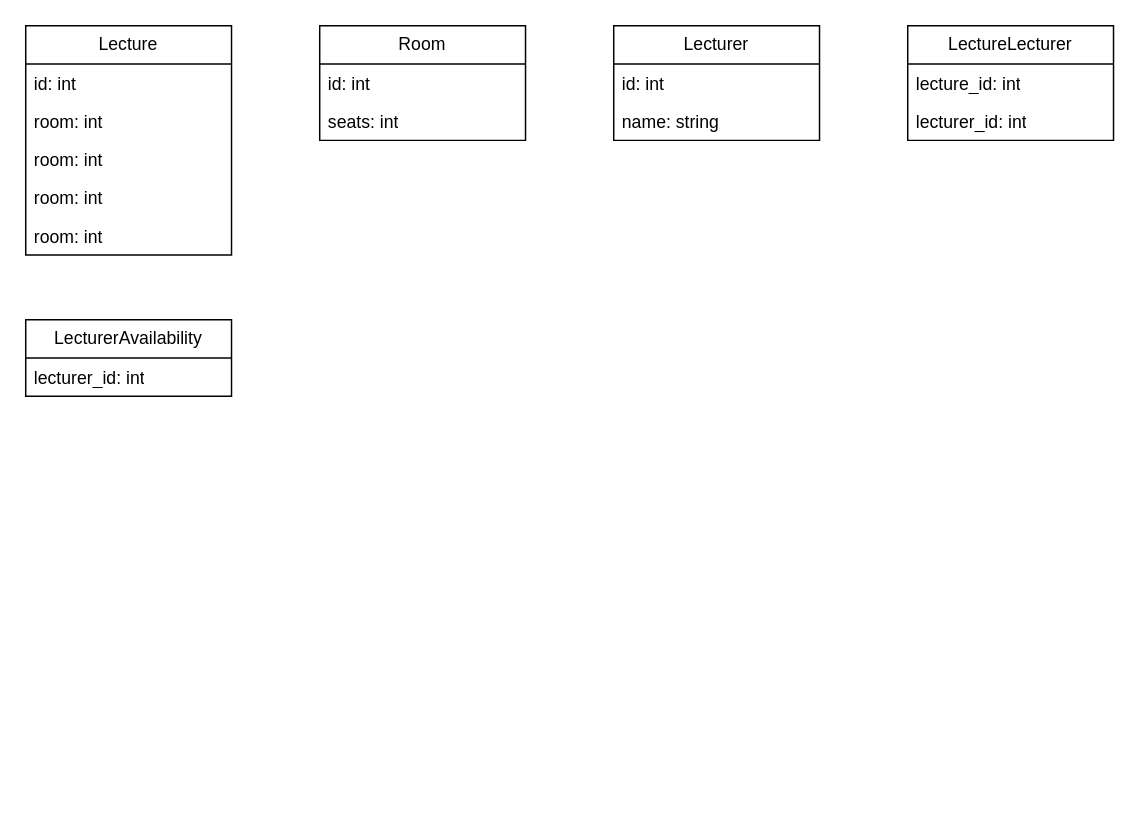
Earlier version of the draw.io diagram wiki/resources/models.drawio (14-dg/timetable-solver). Source tidied: cells renumbered, new cells numbered last; positions are measured from the earlier drawing's top-left corner, leaving out a move shared by most shapes. Both pictures are drawn from the tidied source at 147%, with x=0, y=0 at pixel (25, 25).
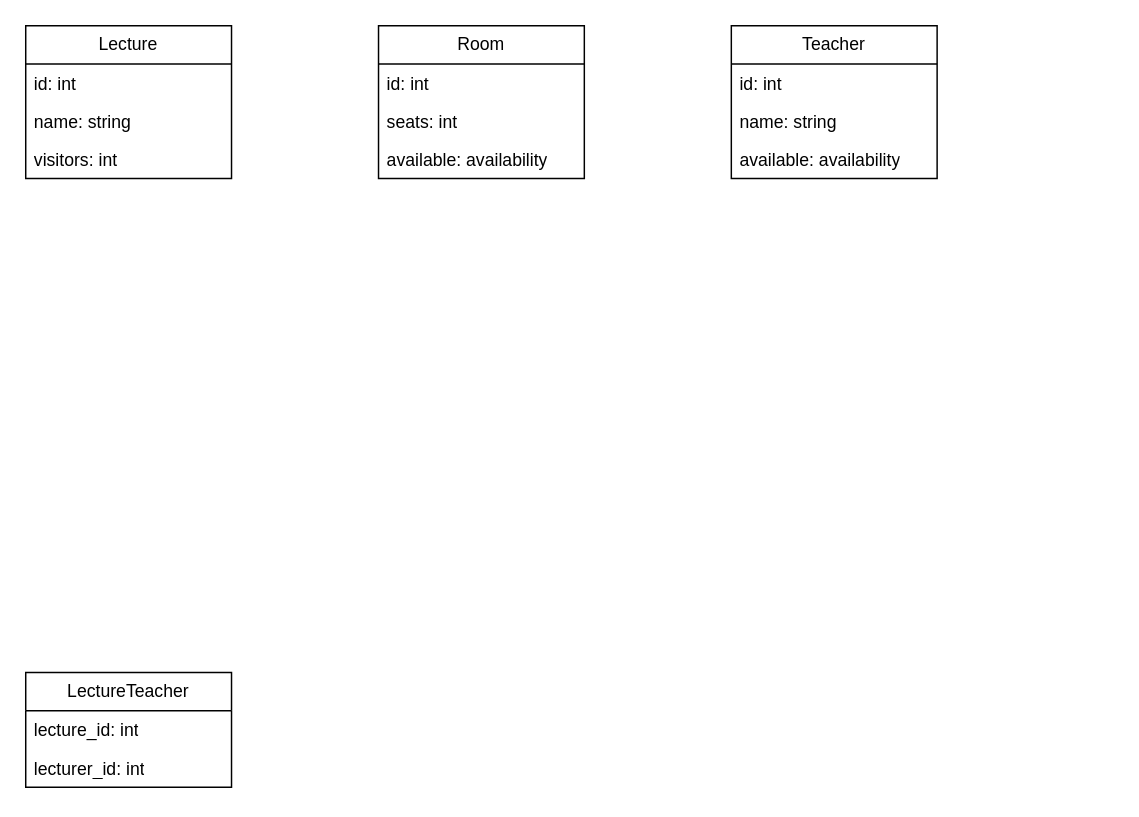
The same page after the edit.

Change to the diagram source:
```diff
@@
 <mxGraphModel>
   <root>
     <mxCell id="0" />
     <mxCell id="1" parent="0" />
     <mxCell id="2" value="Lecture" style="swimlane;fontStyle=0;horizontal=1;startSize=26;fillColor=none;whiteSpace=wrap;html=1;" parent="1" vertex="1">
-      <mxGeometry width="140" height="156" as="geometry" />
+      <mxGeometry width="140" height="104" as="geometry" />
     </mxCell>
     <mxCell id="3" value="id: int" style="text;strokeColor=none;fillColor=none;align=left;verticalAlign=top;spacingLeft=4;spacingRight=4;overflow=hidden;whiteSpace=wrap;html=1;" parent="2" vertex="1">
       <mxGeometry y="26" width="140" height="26" as="geometry" />
     </mxCell>
-    <mxCell id="4" value="room: int" style="text;strokeColor=none;fillColor=none;align=left;verticalAlign=top;spacingLeft=4;spacingRight=4;overflow=hidden;whiteSpace=wrap;html=1;" parent="2" vertex="1">
+    <mxCell id="4" value="name: string" style="text;strokeColor=none;fillColor=none;align=left;verticalAlign=top;spacingLeft=4;spacingRight=4;overflow=hidden;whiteSpace=wrap;html=1;" parent="2" vertex="1">
       <mxGeometry y="52" width="140" height="26" as="geometry" />
     </mxCell>
-    <mxCell id="5" value="room: int" style="text;strokeColor=none;fillColor=none;align=left;verticalAlign=top;spacingLeft=4;spacingRight=4;overflow=hidden;whiteSpace=wrap;html=1;" parent="2" vertex="1">
-      <mxGeometry y="78" width="140" height="26" as="geometry" />
-    </mxCell>
-    <mxCell id="6" value="room: int" style="text;strokeColor=none;fillColor=none;align=left;verticalAlign=top;spacingLeft=4;spacingRight=4;overflow=hidden;whiteSpace=wrap;html=1;" parent="2" vertex="1">
-      <mxGeometry y="104" width="140" height="26" as="geometry" />
-    </mxCell>
-    <mxCell id="7" value="room: int" style="text;strokeColor=none;fillColor=none;align=left;verticalAlign=top;spacingLeft=4;spacingRight=4;overflow=hidden;whiteSpace=wrap;html=1;" parent="2" vertex="1">
-      <mxGeometry y="130" width="140" height="26" as="geometry" />
+    <mxCell id="7" value="visitors: int" style="text;strokeColor=none;fillColor=none;align=left;verticalAlign=top;spacingLeft=4;spacingRight=4;overflow=hidden;whiteSpace=wrap;html=1;" parent="2" vertex="1">
+      <mxGeometry y="78" width="140" height="26" as="geometry" />
     </mxCell>
     <mxCell id="8" value="Room" style="swimlane;fontStyle=0;horizontal=1;startSize=26;fillColor=none;whiteSpace=wrap;html=1;" parent="1" vertex="1">
-      <mxGeometry x="200" width="140" height="78" as="geometry" />
+      <mxGeometry x="240" width="140" height="104" as="geometry" />
     </mxCell>
     <mxCell id="9" value="id: int" style="text;strokeColor=none;fillColor=none;align=left;verticalAlign=top;spacingLeft=4;spacingRight=4;overflow=hidden;whiteSpace=wrap;html=1;" parent="8" vertex="1">
       <mxGeometry y="26" width="140" height="26" as="geometry" />
     </mxCell>
     <mxCell id="10" value="seats: int" style="text;strokeColor=none;fillColor=none;align=left;verticalAlign=top;spacingLeft=4;spacingRight=4;overflow=hidden;whiteSpace=wrap;html=1;" parent="8" vertex="1">
       <mxGeometry y="52" width="140" height="26" as="geometry" />
     </mxCell>
+    <mxCell id="19" value="available: availability" style="text;strokeColor=none;fillColor=none;align=left;verticalAlign=top;spacingLeft=4;spacingRight=4;overflow=hidden;whiteSpace=wrap;html=1;" parent="8" vertex="1">
+      <mxGeometry y="78" width="140" height="26" as="geometry" />
+    </mxCell>
-    <mxCell id="11" value="Lecturer" style="swimlane;fontStyle=0;horizontal=1;startSize=26;fillColor=none;whiteSpace=wrap;html=1;" parent="1" vertex="1">
-      <mxGeometry x="400" width="140" height="78" as="geometry" />
+    <mxCell id="11" value="Teacher" style="swimlane;fontStyle=0;horizontal=1;startSize=26;fillColor=none;whiteSpace=wrap;html=1;" parent="1" vertex="1">
+      <mxGeometry x="480" width="140" height="104" as="geometry" />
     </mxCell>
     <mxCell id="12" value="id: int" style="text;strokeColor=none;fillColor=none;align=left;verticalAlign=top;spacingLeft=4;spacingRight=4;overflow=hidden;whiteSpace=wrap;html=1;" parent="11" vertex="1">
       <mxGeometry y="26" width="140" height="26" as="geometry" />
     </mxCell>
     <mxCell id="13" value="name: string" style="text;strokeColor=none;fillColor=none;align=left;verticalAlign=top;spacingLeft=4;spacingRight=4;overflow=hidden;whiteSpace=wrap;html=1;" parent="11" vertex="1">
       <mxGeometry y="52" width="140" height="26" as="geometry" />
     </mxCell>
+    <mxCell id="20" value="available: availability" style="text;strokeColor=none;fillColor=none;align=left;verticalAlign=top;spacingLeft=4;spacingRight=4;overflow=hidden;whiteSpace=wrap;html=1;" parent="11" vertex="1">
+      <mxGeometry y="78" width="140" height="26" as="geometry" />
+    </mxCell>
-    <mxCell id="14" value="LectureLecturer" style="swimlane;fontStyle=0;horizontal=1;startSize=26;fillColor=none;whiteSpace=wrap;html=1;" parent="1" vertex="1">
-      <mxGeometry x="600" width="140" height="78" as="geometry" />
+    <mxCell id="14" value="LectureTeacher" style="swimlane;fontStyle=0;horizontal=1;startSize=26;fillColor=none;whiteSpace=wrap;html=1;" parent="1" vertex="1">
+      <mxGeometry y="440" width="140" height="78" as="geometry" />
     </mxCell>
     <mxCell id="15" value="lecture_id: int" style="text;strokeColor=none;fillColor=none;align=left;verticalAlign=top;spacingLeft=4;spacingRight=4;overflow=hidden;whiteSpace=wrap;html=1;" parent="14" vertex="1">
       <mxGeometry y="26" width="140" height="26" as="geometry" />
     </mxCell>
     <mxCell id="16" value="lecturer_id: int" style="text;strokeColor=none;fillColor=none;align=left;verticalAlign=top;spacingLeft=4;spacingRight=4;overflow=hidden;whiteSpace=wrap;html=1;" parent="14" vertex="1">
       <mxGeometry y="52" width="140" height="26" as="geometry" />
     </mxCell>
-    <mxCell id="17" value="LecturerAvailability" style="swimlane;fontStyle=0;horizontal=1;startSize=26;fillColor=none;whiteSpace=wrap;html=1;" parent="1" vertex="1">
-      <mxGeometry y="200" width="140" height="52" as="geometry" />
-    </mxCell>
-    <mxCell id="18" value="lecturer_id: int" style="text;strokeColor=none;fillColor=none;align=left;verticalAlign=top;spacingLeft=4;spacingRight=4;overflow=hidden;whiteSpace=wrap;html=1;" parent="17" vertex="1">
-      <mxGeometry y="26" width="140" height="26" as="geometry" />
-    </mxCell>
   </root>
 </mxGraphModel>
```
